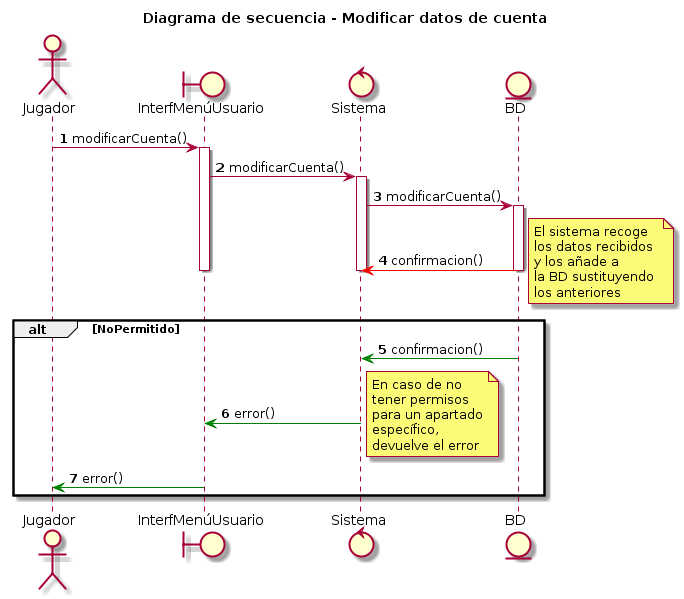
The PlantUML diagram UML/Diagramas de secuencia/Jugador/Modificar datos de cuenta/Modificar datos de cuenta.png in dmontesinos/ES-2019-G43-2-02.v1, before a commit.
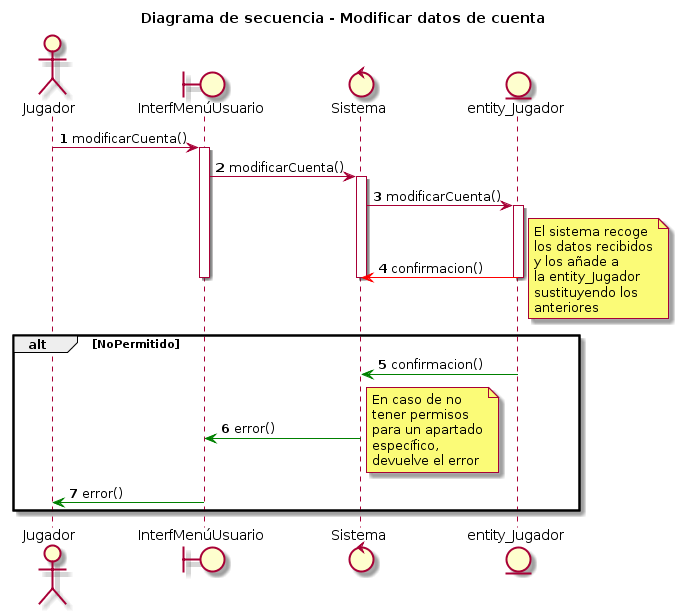
Later version of the same file.

What changed in the source:
```diff
@@ -4,29 +4,30 @@
 actor Jugador
 boundary InterfMenúUsuario
 control Sistema
-entity BD
+entity entity_Jugador
 
 Jugador -> InterfMenúUsuario : modificarCuenta()
 activate InterfMenúUsuario
 InterfMenúUsuario -> Sistema : modificarCuenta()
 activate Sistema
-Sistema -> BD : modificarCuenta()
-activate BD
-BD -[#red]> Sistema : confirmacion()
+Sistema -> entity_Jugador : modificarCuenta()
+activate entity_Jugador
+entity_Jugador -[#red]> Sistema : confirmacion()
 note right
 El sistema recoge
 los datos recibidos
 y los añade a
-la BD sustituyendo
-los anteriores
+la entity_Jugador
+sustituyendo los
+anteriores
 end note
 
 
-deactivate BD
+deactivate entity_Jugador
 deactivate Sistema
 deactivate InterfMenúUsuario
 alt NoPermitido
-BD -[#green]> Sistema : confirmacion()
+entity_Jugador -[#green]> Sistema : confirmacion()
 Sistema -[#green]> InterfMenúUsuario : error()
 note right
 En caso de no
```
